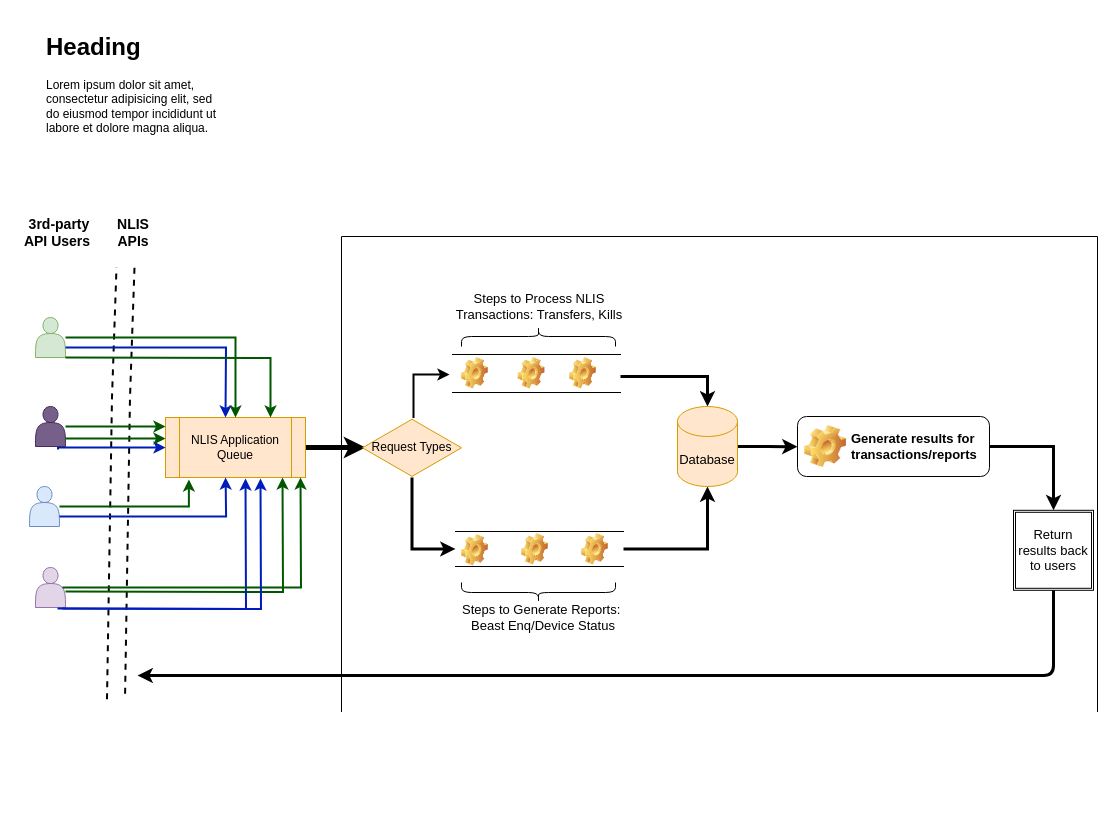
The draw.io diagram Untitled Diagram.drawio in mfahim/presentations, before the edit. Source tidied: cells renumbered, new cells numbered last; positions are measured from the earlier drawing's top-left corner, leaving out a move shared by most shapes. Both pictures are drawn from the tidied source at 100%, with x=0, y=0 at pixel (17, 27).
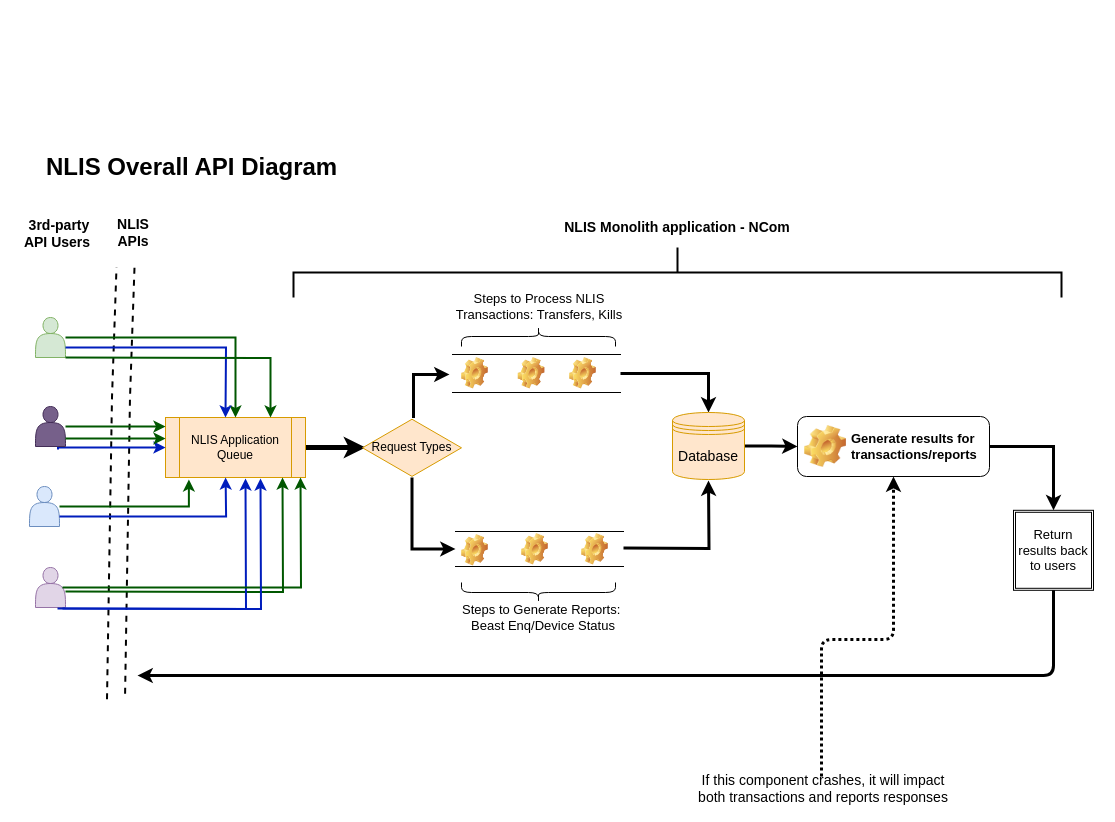
The same diagram, later.

The change refers to these unchanged cells:
```xml
<mxCell id="33" style="shape=partialRectangle;whiteSpace=wrap;html=1;left=0;right=0;fillColor=none;fontSize=13;" parent="1" vertex="1">
  <mxGeometry x="435" y="327" width="168" height="38" as="geometry" />
</mxCell>
<mxCell id="35" style="shape=partialRectangle;whiteSpace=wrap;html=1;left=0;right=0;fillColor=none;fontSize=13;" parent="1" vertex="1">
  <mxGeometry x="438" y="504" width="168" height="35" as="geometry" />
</mxCell>
<mxCell id="44" value="Generate results for transactions/reports" style="label;whiteSpace=wrap;html=1;image=img/clipart/Gear_128x128.png;fontSize=13;" parent="1" vertex="1">
  <mxGeometry x="780" y="389" width="192" height="60" as="geometry" />
</mxCell>
```

What changed in the source:
```diff
@@
     <mxCell id="10" value="&amp;nbsp;3rd-party API Users" style="text;html=1;strokeColor=none;fillColor=none;align=center;verticalAlign=middle;whiteSpace=wrap;rounded=0;fontSize=14;fontStyle=1;" parent="1" vertex="1">
-      <mxGeometry y="180" width="80" height="50" as="geometry" />
+      <mxGeometry y="181" width="80" height="50" as="geometry" />
     </mxCell>
@@
-    <mxCell id="23" style="edgeStyle=orthogonalEdgeStyle;rounded=0;sketch=0;jumpSize=8;orthogonalLoop=1;jettySize=auto;html=1;shadow=0;strokeWidth=2;" parent="1" edge="1">
+    <mxCell id="23" style="edgeStyle=orthogonalEdgeStyle;rounded=0;sketch=0;jumpSize=8;orthogonalLoop=1;jettySize=auto;html=1;shadow=0;strokeWidth=3;" parent="1" edge="1">
       <mxGeometry relative="1" as="geometry">
         <mxPoint x="396" y="390.6" as="sourcePoint" />
         <mxPoint x="432" y="347" as="targetPoint" />
         <Array as="points">
           <mxPoint x="396" y="347" />
         </Array>
       </mxGeometry>
     </mxCell>
@@
-    <mxCell id="26" value="&lt;h1&gt;Heading&lt;/h1&gt;&lt;p&gt;Lorem ipsum dolor sit amet, consectetur adipisicing elit, sed do eiusmod tempor incididunt ut labore et dolore magna aliqua.&lt;/p&gt;" style="text;html=1;strokeColor=none;fillColor=none;spacing=5;spacingTop=-20;whiteSpace=wrap;overflow=hidden;rounded=0;" parent="1" vertex="1">
-      <mxGeometry x="24" width="190" height="120" as="geometry" />
+    <mxCell id="26" value="&lt;h1&gt;NLIS Overall API Diagram&lt;/h1&gt;" style="text;html=1;strokeColor=none;fillColor=none;spacing=5;spacingTop=-20;whiteSpace=wrap;overflow=hidden;rounded=0;" parent="1" vertex="1">
+      <mxGeometry x="24" y="120" width="312" height="48" as="geometry" />
     </mxCell>
@@
-    <mxCell id="32" style="edgeStyle=orthogonalEdgeStyle;rounded=0;sketch=0;jumpSize=8;jettySize=auto;html=1;shadow=0;strokeWidth=3;fontSize=13;" parent="1" edge="1" source="33" target="42">
-      <mxGeometry relative="1" as="geometry">
-        <Array as="points">
-          <mxPoint x="690" y="349" />
-        </Array>
-      </mxGeometry>
+    <mxCell id="32" style="edgeStyle=orthogonalEdgeStyle;rounded=0;sketch=0;jumpSize=8;jettySize=auto;html=1;shadow=0;strokeColor=#000000;strokeWidth=3;fontSize=14;" parent="1" edge="1" source="33" target="42">
+      <mxGeometry relative="1" as="geometry" />
     </mxCell>
@@
-    <mxCell id="34" style="edgeStyle=orthogonalEdgeStyle;rounded=0;sketch=0;jumpSize=8;jettySize=auto;html=1;shadow=0;strokeWidth=3;fontSize=13;" parent="1" edge="1" source="35" target="42">
-      <mxGeometry relative="1" as="geometry" />
-    </mxCell>
+    <mxCell id="48" style="edgeStyle=orthogonalEdgeStyle;rounded=0;sketch=0;jumpSize=8;orthogonalLoop=1;jettySize=auto;html=1;entryX=0.5;entryY=1;entryDx=0;entryDy=0;shadow=0;strokeColor=#000000;strokeWidth=3;fontSize=14;" parent="1" edge="1">
+      <mxGeometry relative="1" as="geometry">
+        <mxPoint x="606" y="520.5" as="sourcePoint" />
+        <mxPoint x="691" y="453" as="targetPoint" />
+      </mxGeometry>
+    </mxCell>
@@
-    <mxCell id="41" style="edgeStyle=orthogonalEdgeStyle;rounded=0;sketch=0;jumpSize=8;jettySize=auto;html=1;entryX=0;entryY=0.5;entryDx=0;entryDy=0;shadow=0;strokeWidth=3;fontSize=13;" parent="1" edge="1" source="42">
-      <mxGeometry relative="1" as="geometry">
-        <mxPoint x="780" y="419.3" as="targetPoint" />
-      </mxGeometry>
-    </mxCell>
-    <mxCell id="42" value="Database" style="shape=cylinder3;whiteSpace=wrap;html=1;boundedLbl=1;backgroundOutline=1;size=15;fontSize=13;fillColor=#ffe6cc;strokeColor=#d79b00;" parent="1" vertex="1">
-      <mxGeometry x="660" y="379" width="60" height="80" as="geometry" />
-    </mxCell>
@@
-    <mxCell id="47" style="shape=partialRectangle;whiteSpace=wrap;html=1;bottom=1;right=1;left=1;top=0;fillColor=none;routingCenterX=-0.5;fontSize=14;direction=west;" parent="1" vertex="1">
-      <mxGeometry x="324" y="209" width="756" height="475" as="geometry" />
-    </mxCell>
+    <mxCell id="49" style="strokeWidth=2;html=1;shape=mxgraph.flowchart.annotation_2;align=left;labelPosition=right;fontSize=14;direction=south;" parent="1" vertex="1">
+      <mxGeometry x="276" y="220" width="768" height="50" as="geometry" />
+    </mxCell>
+    <mxCell id="50" value="NLIS Monolith application - NCom" style="text;html=1;strokeColor=none;fillColor=none;align=center;verticalAlign=middle;whiteSpace=wrap;rounded=0;fontSize=14;fontStyle=1;" parent="1" vertex="1">
+      <mxGeometry x="540" y="180" width="240" height="40" as="geometry" />
+    </mxCell>
+    <mxCell id="51" style="edgeStyle=orthogonalEdgeStyle;rounded=0;sketch=0;jumpSize=8;jettySize=auto;html=1;shadow=0;strokeColor=#000000;strokeWidth=3;fontSize=14;" parent="1" edge="1" source="42" target="44">
+      <mxGeometry relative="1" as="geometry" />
+    </mxCell>
+    <mxCell id="42" value="Database" style="shape=datastore;whiteSpace=wrap;html=1;fontSize=14;fillColor=#ffe6cc;strokeColor=#d79b00;" parent="1" vertex="1">
+      <mxGeometry x="655" y="385" width="72" height="67" as="geometry" />
+    </mxCell>
+    <mxCell id="52" value="If this component crashes, it will impact both transactions and reports responses" style="text;html=1;strokeColor=none;fillColor=none;align=center;verticalAlign=middle;whiteSpace=wrap;rounded=0;fontSize=14;" parent="1" vertex="1">
+      <mxGeometry x="672" y="749" width="268" height="24" as="geometry" />
+    </mxCell>
+    <mxCell id="53" style="edgeStyle=elbowEdgeStyle;elbow=vertical;endArrow=classic;html=1;shadow=0;strokeColor=#000000;strokeWidth=3;fontSize=14;entryX=0.5;entryY=1;entryDx=0;entryDy=0;dashed=1;dashPattern=1 1;" parent="1" edge="1" source="52" target="44">
+      <mxGeometry relative="1" as="geometry">
+        <Array as="points">
+          <mxPoint x="804" y="612" />
+        </Array>
+      </mxGeometry>
+    </mxCell>
```
